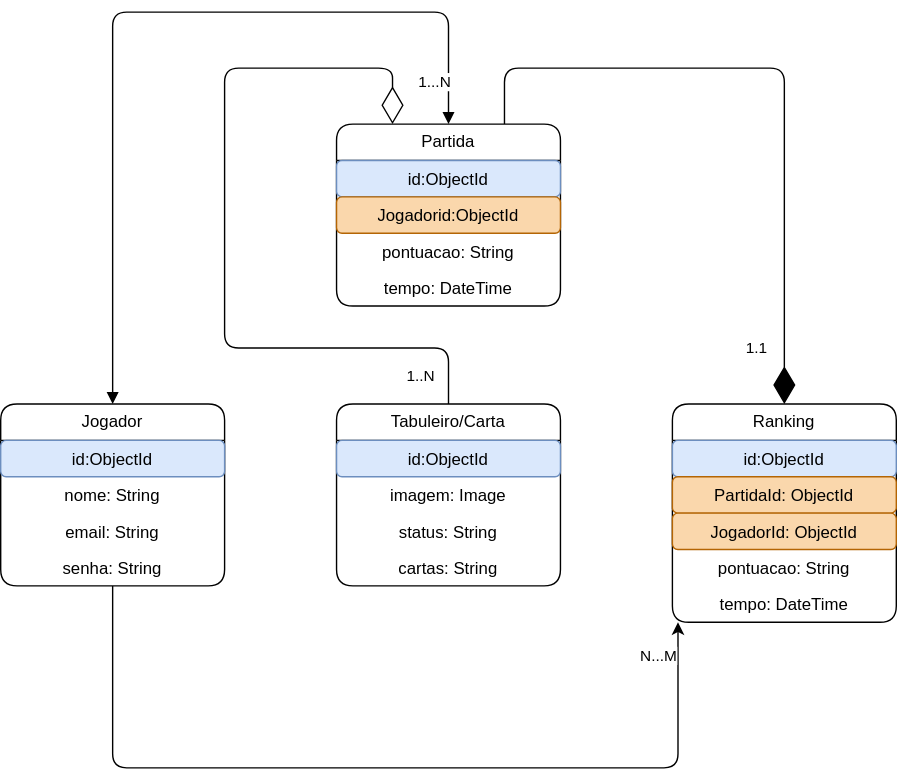
Earlier version of the draw.io export Docs/NOAMPi.drawio.svg (FatecFranca/DSM-P3-G05-2025-1). Source tidied: cells renumbered, new cells last; positions are measured from the earlier drawing's top-left corner, leaving out a move shared by most shapes.
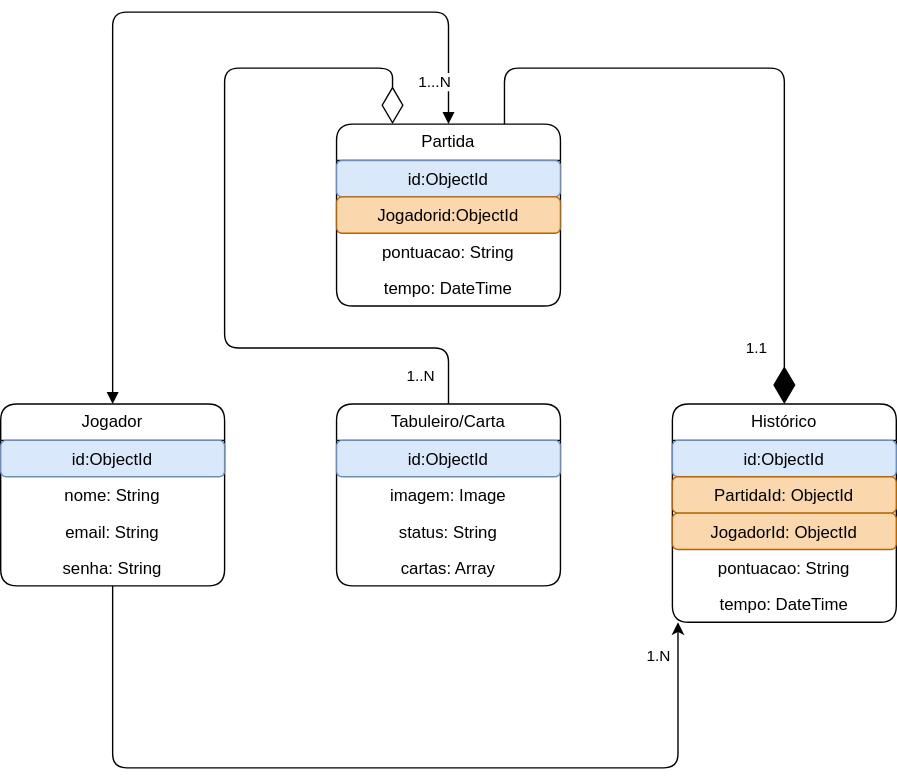
The same file after the commit.

Commit message:
09/05 nome Ranking para Histórico, cardialidae de jogador e histórico e alteração Cartas de String para Array

Change to the diagram source:
```diff
@@ -29,7 +29,7 @@
     <mxCell id="10" value="status: String" style="text;strokeColor=none;fillColor=none;align=center;verticalAlign=top;spacingLeft=4;spacingRight=4;overflow=hidden;whiteSpace=wrap;html=1;rounded=1;" parent="7" vertex="1">
       <mxGeometry y="78" width="160" height="26" as="geometry" />
     </mxCell>
-    <mxCell id="11" value="cartas: String" style="text;strokeColor=none;fillColor=none;align=center;verticalAlign=top;spacingLeft=4;spacingRight=4;overflow=hidden;whiteSpace=wrap;html=1;rounded=1;" parent="7" vertex="1">
+    <mxCell id="11" value="cartas: Array" style="text;strokeColor=none;fillColor=none;align=center;verticalAlign=top;spacingLeft=4;spacingRight=4;overflow=hidden;whiteSpace=wrap;html=1;rounded=1;" parent="7" vertex="1">
       <mxGeometry y="104" width="160" height="26" as="geometry" />
     </mxCell>
     <mxCell id="12" value="Partida" style="swimlane;fontStyle=0;horizontal=1;startSize=26;fillColor=none;whiteSpace=wrap;html=1;rounded=1;" parent="1" vertex="1">
@@ -47,7 +47,7 @@
     <mxCell id="16" value="tempo: DateTime" style="text;strokeColor=none;fillColor=none;align=center;verticalAlign=top;spacingLeft=4;spacingRight=4;overflow=hidden;whiteSpace=wrap;html=1;rounded=1;" parent="12" vertex="1">
       <mxGeometry y="104" width="160" height="26" as="geometry" />
     </mxCell>
-    <mxCell id="17" value="Ranking" style="swimlane;fontStyle=0;horizontal=1;startSize=26;fillColor=none;whiteSpace=wrap;html=1;rounded=1;" parent="1" vertex="1">
+    <mxCell id="17" value="Histórico" style="swimlane;fontStyle=0;horizontal=1;startSize=26;fillColor=none;whiteSpace=wrap;html=1;rounded=1;" parent="1" vertex="1">
       <mxGeometry x="480" y="280" width="160" height="156" as="geometry" />
     </mxCell>
     <mxCell id="18" value="id:ObjectId" style="text;strokeColor=#6c8ebf;fillColor=#dae8fc;align=center;verticalAlign=top;spacingLeft=4;spacingRight=4;overflow=hidden;whiteSpace=wrap;html=1;rounded=1;" parent="17" vertex="1">
@@ -91,7 +91,7 @@
         </Array>
       </mxGeometry>
     </mxCell>
-    <mxCell id="26" value="N...M" style="edgeStyle=none;html=1;entryX=0.025;entryY=1;entryDx=0;entryDy=0;entryPerimeter=0;" parent="1" edge="1" source="6" target="22">
+    <mxCell id="26" value="1.N" style="edgeStyle=none;html=1;entryX=0.025;entryY=1;entryDx=0;entryDy=0;entryPerimeter=0;" parent="1" edge="1" source="6" target="22">
       <mxGeometry x="0.92" y="14" relative="1" as="geometry">
         <Array as="points">
           <mxPoint x="80" y="540" />
```
